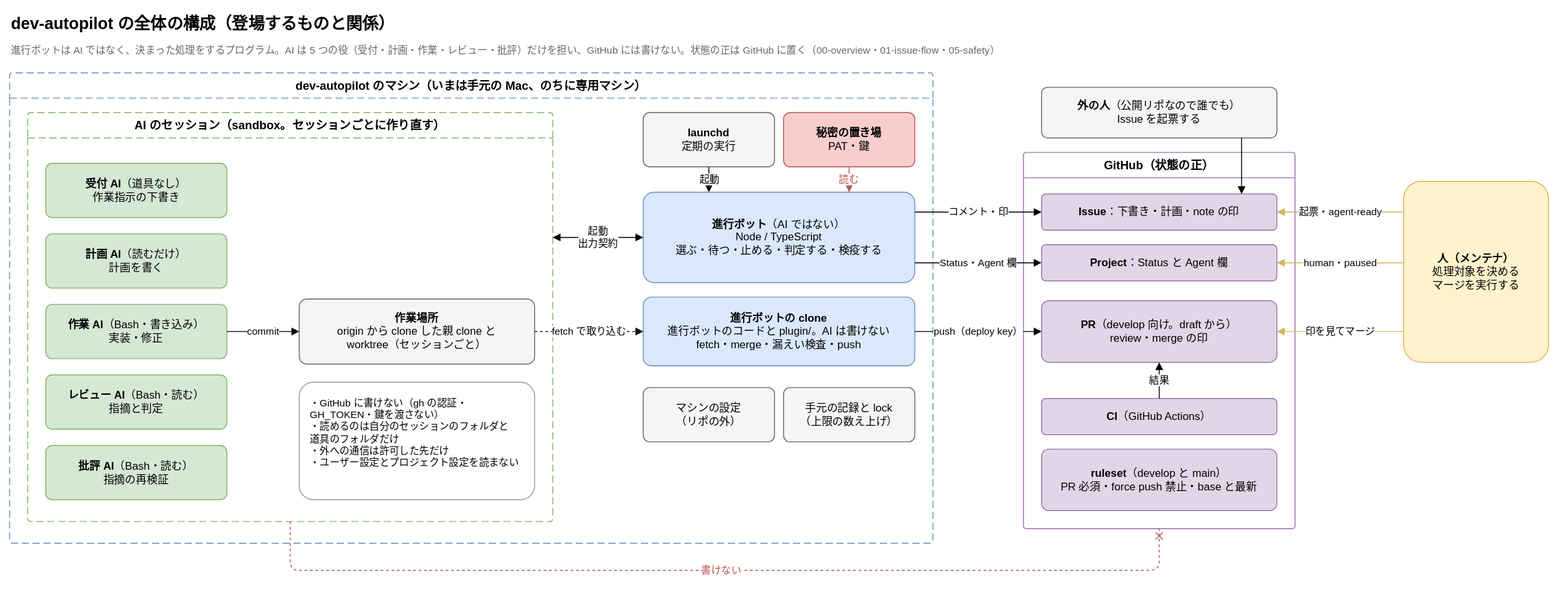
Above: docs/diagrams/overview.drawio.svg in Joymerrevent/dev-autopilot (draw.io), before the change. Source tidied: cells renumbered, new cells last; positions are measured from the earlier drawing's top-left corner, leaving out a move shared by most shapes. The source it was exported from:
```xml
<mxGraphModel background="#ffffff">
  <root>
    <mxCell id="0" />
    <mxCell id="1" parent="0" />
    <mxCell id="2" value="dev-autopilot の全体の構成（登場するものと関係）" style="text;html=1;whiteSpace=wrap;align=left;verticalAlign=middle;fontSize=18;fontStyle=1;" parent="1" vertex="1">
      <mxGeometry width="900" height="32" as="geometry" />
    </mxCell>
    <mxCell id="3" value="進行ボットは AI ではなく、決まった処理をするプログラム。AI は 5 つの役（受付・計画・作業・レビュー・批評）だけを担い、GitHub には書けない。状態の正は GitHub に置く（00-overview・01-issue-flow・05-safety）" style="text;html=1;whiteSpace=wrap;align=left;verticalAlign=top;fontSize=11;fontColor=#666666;" parent="1" vertex="1">
      <mxGeometry y="32" width="1700" height="22" as="geometry" />
    </mxCell>
    <mxCell id="4" value="dev-autopilot のマシン（いまは手元の Mac、のちに専用マシン）" style="swimlane;startSize=28;html=1;whiteSpace=wrap;rounded=1;arcSize=4;dashed=1;dashPattern=8 4;fontStyle=1;fontSize=13;strokeColor=#6c8ebf;fillColor=none;swimlaneFillColor=none;" parent="1" vertex="1">
      <mxGeometry y="70" width="1020" height="520" as="geometry" />
    </mxCell>
    <mxCell id="5" value="AI のセッション（sandbox。セッションごとに作り直す）" style="swimlane;startSize=28;html=1;whiteSpace=wrap;rounded=1;arcSize=4;dashed=1;dashPattern=8 4;fontStyle=1;fontSize=13;strokeColor=#82b366;fillColor=none;swimlaneFillColor=none;" parent="4" vertex="1">
      <mxGeometry x="20" y="44" width="580" height="452" as="geometry" />
    </mxCell>
    <mxCell id="6" value="&lt;b&gt;受付 AI&lt;/b&gt;（道具なし）&lt;br&gt;作業指示の下書き" style="rounded=1;whiteSpace=wrap;html=1;fontSize=12;arcSize=12;fillColor=#d5e8d4;strokeColor=#82b366;spacing=12;" parent="5" vertex="1">
      <mxGeometry x="20" y="56" width="200" height="60" as="geometry" />
    </mxCell>
    <mxCell id="7" value="&lt;b&gt;計画 AI&lt;/b&gt;（読むだけ）&lt;br&gt;計画を書く" style="rounded=1;whiteSpace=wrap;html=1;fontSize=12;arcSize=12;fillColor=#d5e8d4;strokeColor=#82b366;spacing=12;" parent="5" vertex="1">
      <mxGeometry x="20" y="134" width="200" height="60" as="geometry" />
    </mxCell>
    <mxCell id="8" value="&lt;b&gt;作業 AI&lt;/b&gt;（Bash・書き込み）&lt;br&gt;実装・修正" style="rounded=1;whiteSpace=wrap;html=1;fontSize=12;arcSize=12;fillColor=#d5e8d4;strokeColor=#82b366;spacing=12;" parent="5" vertex="1">
      <mxGeometry x="20" y="212" width="200" height="60" as="geometry" />
    </mxCell>
    <mxCell id="9" value="&lt;b&gt;レビュー AI&lt;/b&gt;（Bash・読む）&lt;br&gt;指摘と判定" style="rounded=1;whiteSpace=wrap;html=1;fontSize=12;arcSize=12;fillColor=#d5e8d4;strokeColor=#82b366;spacing=12;" parent="5" vertex="1">
      <mxGeometry x="20" y="290" width="200" height="60" as="geometry" />
    </mxCell>
    <mxCell id="10" value="&lt;b&gt;批評 AI&lt;/b&gt;（Bash・読む）&lt;br&gt;指摘の再検証" style="rounded=1;whiteSpace=wrap;html=1;fontSize=12;arcSize=12;fillColor=#d5e8d4;strokeColor=#82b366;spacing=12;" parent="5" vertex="1">
      <mxGeometry x="20" y="368" width="200" height="60" as="geometry" />
    </mxCell>
    <mxCell id="11" value="&lt;b&gt;作業場所&lt;/b&gt;&lt;br&gt;origin から clone した親 clone と&lt;br&gt;worktree（セッションごと）" style="rounded=1;whiteSpace=wrap;html=1;fontSize=12;arcSize=12;fillColor=#f5f5f5;strokeColor=#666666;spacing=12;" parent="5" vertex="1">
      <mxGeometry x="300" y="206" width="260" height="72" as="geometry" />
    </mxCell>
    <mxCell id="12" value="・GitHub に書けない（gh の認証・GH_TOKEN・鍵を渡さない）&lt;br&gt;・読めるのは自分のセッションのフォルダと&lt;br&gt;道具のフォルダだけ&lt;br&gt;・外への通信は許可した先だけ&lt;br&gt;・ユーザー設定とプロジェクト設定を読まない" style="rounded=1;whiteSpace=wrap;html=1;fontSize=12;arcSize=12;align=left;verticalAlign=top;fontSize=11;fillColor=#ffffff;strokeColor=#999999;spacing=12;" parent="5" vertex="1">
      <mxGeometry x="300" y="298" width="260" height="130" as="geometry" />
    </mxCell>
    <mxCell id="13" value="&lt;b&gt;launchd&lt;/b&gt;&lt;br&gt;定期の実行" style="rounded=1;whiteSpace=wrap;html=1;fontSize=12;arcSize=12;fillColor=#f5f5f5;strokeColor=#666666;spacing=12;" parent="1" vertex="1">
      <mxGeometry x="700" y="114" width="145" height="60" as="geometry" />
    </mxCell>
    <mxCell id="14" value="&lt;b&gt;秘密の置き場&lt;/b&gt;&lt;br&gt;PAT・鍵" style="rounded=1;whiteSpace=wrap;html=1;fontSize=12;arcSize=12;fillColor=#f8cecc;strokeColor=#b85450;spacing=12;" parent="1" vertex="1">
      <mxGeometry x="855" y="114" width="145" height="60" as="geometry" />
    </mxCell>
    <mxCell id="15" value="&lt;b&gt;進行ボット&lt;/b&gt;（AI ではない）&lt;br&gt;Node / TypeScript&lt;br&gt;選ぶ・待つ・止める・判定する・検疫する" style="rounded=1;whiteSpace=wrap;html=1;fontSize=12;arcSize=12;fillColor=#dae8fc;strokeColor=#6c8ebf;spacing=12;" parent="1" vertex="1">
      <mxGeometry x="700" y="202" width="300" height="100" as="geometry" />
    </mxCell>
    <mxCell id="16" value="&lt;b&gt;進行ボットの clone&lt;/b&gt;&lt;br&gt;進行ボットのコードと plugin/。AI は書けない&lt;br&gt;fetch・merge・漏えい検査・push" style="rounded=1;whiteSpace=wrap;html=1;fontSize=12;arcSize=12;fillColor=#dae8fc;strokeColor=#6c8ebf;spacing=12;" parent="1" vertex="1">
      <mxGeometry x="700" y="318" width="300" height="76" as="geometry" />
    </mxCell>
    <mxCell id="17" value="マシンの設定&lt;br&gt;（リポの外）" style="rounded=1;whiteSpace=wrap;html=1;fontSize=12;arcSize=12;fillColor=#f5f5f5;strokeColor=#666666;spacing=12;" parent="1" vertex="1">
      <mxGeometry x="700" y="418" width="145" height="60" as="geometry" />
    </mxCell>
    <mxCell id="18" value="手元の記録と lock&lt;br&gt;（上限の数え上げ）" style="rounded=1;whiteSpace=wrap;html=1;fontSize=12;arcSize=12;fillColor=#f5f5f5;strokeColor=#666666;spacing=12;" parent="1" vertex="1">
      <mxGeometry x="855" y="418" width="145" height="60" as="geometry" />
    </mxCell>
    <mxCell id="19" value="GitHub（状態の正）" style="swimlane;startSize=28;html=1;whiteSpace=wrap;rounded=1;arcSize=4;fontStyle=1;fontSize=13;strokeColor=#9673a6;fillColor=none;swimlaneFillColor=none;" parent="1" vertex="1">
      <mxGeometry x="1120" y="158" width="300" height="416" as="geometry" />
    </mxCell>
    <mxCell id="20" value="&lt;b&gt;Issue&lt;/b&gt;：下書き・計画・note の印" style="rounded=1;whiteSpace=wrap;html=1;fontSize=12;arcSize=12;fillColor=#e1d5e7;strokeColor=#9673a6;spacing=12;" parent="19" vertex="1">
      <mxGeometry x="20" y="46" width="260" height="40" as="geometry" />
    </mxCell>
    <mxCell id="21" value="&lt;b&gt;Project&lt;/b&gt;：Status と Agent 欄" style="rounded=1;whiteSpace=wrap;html=1;fontSize=12;arcSize=12;fillColor=#e1d5e7;strokeColor=#9673a6;spacing=12;" parent="19" vertex="1">
      <mxGeometry x="20" y="102" width="260" height="40" as="geometry" />
    </mxCell>
    <mxCell id="22" value="&lt;b&gt;PR&lt;/b&gt;（develop 向け。draft から）&lt;br&gt;review・merge の印" style="rounded=1;whiteSpace=wrap;html=1;fontSize=12;arcSize=12;fillColor=#e1d5e7;strokeColor=#9673a6;spacing=12;" parent="19" vertex="1">
      <mxGeometry x="20" y="164" width="260" height="68" as="geometry" />
    </mxCell>
    <mxCell id="23" value="&lt;b&gt;CI&lt;/b&gt;（GitHub Actions）" style="rounded=1;whiteSpace=wrap;html=1;fontSize=12;arcSize=12;fillColor=#e1d5e7;strokeColor=#9673a6;spacing=12;" parent="19" vertex="1">
      <mxGeometry x="20" y="272" width="260" height="40" as="geometry" />
    </mxCell>
    <mxCell id="24" value="&lt;b&gt;ruleset&lt;/b&gt;（develop と main）&lt;br&gt;PR 必須・force push 禁止・base と最新" style="rounded=1;whiteSpace=wrap;html=1;fontSize=12;arcSize=12;fillColor=#e1d5e7;strokeColor=#9673a6;spacing=12;" parent="19" vertex="1">
      <mxGeometry x="20" y="328" width="260" height="68" as="geometry" />
    </mxCell>
    <mxCell id="25" value="&lt;b&gt;人（メンテナ）&lt;/b&gt;&lt;br&gt;処理対象を決める&lt;br&gt;マージを実行する" style="rounded=1;whiteSpace=wrap;html=1;fontSize=12;arcSize=12;fillColor=#fff2cc;strokeColor=#d6b656;spacing=12;" parent="1" vertex="1">
      <mxGeometry x="1540" y="190" width="160" height="200" as="geometry" />
    </mxCell>
    <mxCell id="26" value="&lt;b&gt;外の人&lt;/b&gt;（公開リポなので誰でも）&lt;br&gt;Issue を起票する" style="rounded=1;whiteSpace=wrap;html=1;fontSize=12;arcSize=12;fillColor=#f5f5f5;strokeColor=#666666;spacing=12;" parent="1" vertex="1">
      <mxGeometry x="1140" y="86" width="260" height="56" as="geometry" />
    </mxCell>
    <mxCell id="27" value="起動" style="edgeStyle=orthogonalEdgeStyle;rounded=1;html=1;endArrow=block;endFill=1;fontSize=11;labelBackgroundColor=#ffffff;exitDx=0;exitDy=0;entryDx=0;entryDy=0;exitX=0.5;exitY=1;entryX=0.2417;entryY=0;" parent="1" edge="1" source="13" target="15">
      <mxGeometry relative="1" as="geometry" />
    </mxCell>
    <mxCell id="28" value="読む" style="edgeStyle=orthogonalEdgeStyle;rounded=1;html=1;endArrow=block;endFill=1;fontSize=11;labelBackgroundColor=#ffffff;strokeColor=#b85450;fontColor=#b85450;exitDx=0;exitDy=0;entryDx=0;entryDy=0;exitX=0.5;exitY=1;entryX=0.7583;entryY=0;" parent="1" edge="1" source="14" target="15">
      <mxGeometry relative="1" as="geometry" />
    </mxCell>
    <mxCell id="29" value="起動&lt;br&gt;出力契約" style="edgeStyle=orthogonalEdgeStyle;rounded=1;html=1;endArrow=block;endFill=1;fontSize=11;labelBackgroundColor=#ffffff;startArrow=block;startFill=1;exitDx=0;exitDy=0;entryDx=0;entryDy=0;exitX=0;exitY=0.5;entryX=1;entryY=0.3053;" parent="1" edge="1" source="15" target="5">
      <mxGeometry relative="1" as="geometry" />
    </mxCell>
    <mxCell id="30" value="commit" style="edgeStyle=orthogonalEdgeStyle;rounded=1;html=1;endArrow=block;endFill=1;fontSize=11;labelBackgroundColor=#ffffff;exitX=1;exitY=0.5;exitDx=0;exitDy=0;entryX=0;entryY=0.5;entryDx=0;entryDy=0;" parent="1" edge="1" source="8" target="11">
      <mxGeometry relative="1" as="geometry" />
    </mxCell>
    <mxCell id="31" value="fetch で取り込む" style="edgeStyle=orthogonalEdgeStyle;rounded=1;html=1;endArrow=block;endFill=1;fontSize=11;labelBackgroundColor=#ffffff;dashed=1;exitDx=0;exitDy=0;entryDx=0;entryDy=0;exitX=1;exitY=0.5;entryX=0;entryY=0.5;" parent="1" edge="1" source="11" target="16">
      <mxGeometry relative="1" as="geometry" />
    </mxCell>
    <mxCell id="32" value="コメント・印" style="edgeStyle=orthogonalEdgeStyle;rounded=1;html=1;endArrow=block;endFill=1;fontSize=11;labelBackgroundColor=#ffffff;exitDx=0;exitDy=0;entryDx=0;entryDy=0;exitX=1;exitY=0.22;entryX=0;entryY=0.5;" parent="1" edge="1" source="15" target="20">
      <mxGeometry relative="1" as="geometry" />
    </mxCell>
    <mxCell id="33" value="Status・Agent 欄" style="edgeStyle=orthogonalEdgeStyle;rounded=1;html=1;endArrow=block;endFill=1;fontSize=11;labelBackgroundColor=#ffffff;exitDx=0;exitDy=0;entryDx=0;entryDy=0;exitX=1;exitY=0.78;entryX=0;entryY=0.5;" parent="1" edge="1" source="15" target="21">
      <mxGeometry relative="1" as="geometry" />
    </mxCell>
    <mxCell id="34" value="push（deploy key）" style="edgeStyle=orthogonalEdgeStyle;rounded=1;html=1;endArrow=block;endFill=1;fontSize=11;labelBackgroundColor=#ffffff;exitDx=0;exitDy=0;entryDx=0;entryDy=0;exitX=1;exitY=0.5;entryX=0;entryY=0.5;" parent="1" edge="1" source="16" target="22">
      <mxGeometry relative="1" as="geometry" />
    </mxCell>
    <mxCell id="35" value="結果" style="edgeStyle=orthogonalEdgeStyle;rounded=1;html=1;endArrow=block;endFill=1;fontSize=11;labelBackgroundColor=#ffffff;exitX=0.5;exitY=0;exitDx=0;exitDy=0;entryX=0.5;entryY=1;entryDx=0;entryDy=0;" parent="1" edge="1" source="23" target="22">
      <mxGeometry relative="1" as="geometry" />
    </mxCell>
    <mxCell id="36" value="起票・agent-ready" style="edgeStyle=orthogonalEdgeStyle;rounded=1;html=1;endArrow=block;endFill=1;fontSize=11;labelBackgroundColor=#ffffff;strokeColor=#d6b656;exitDx=0;exitDy=0;entryDx=0;entryDy=0;exitX=0;exitY=0.17;entryX=1;entryY=0.5;" parent="1" edge="1" source="25" target="20">
      <mxGeometry relative="1" as="geometry" />
    </mxCell>
    <mxCell id="37" style="edgeStyle=orthogonalEdgeStyle;rounded=1;html=1;endArrow=block;endFill=1;fontSize=11;labelBackgroundColor=#ffffff;exitDx=0;exitDy=0;entryDx=0;entryDy=0;exitX=0.85;exitY=1;entryX=0.85;entryY=0;" parent="1" edge="1" source="26" target="20">
      <mxGeometry relative="1" as="geometry" />
    </mxCell>
    <mxCell id="38" value="human・paused" style="edgeStyle=orthogonalEdgeStyle;rounded=1;html=1;endArrow=block;endFill=1;fontSize=11;labelBackgroundColor=#ffffff;strokeColor=#d6b656;exitDx=0;exitDy=0;entryDx=0;entryDy=0;exitX=0;exitY=0.45;entryX=1;entryY=0.5;" parent="1" edge="1" source="25" target="21">
      <mxGeometry relative="1" as="geometry" />
    </mxCell>
    <mxCell id="39" value="印を見てマージ" style="edgeStyle=orthogonalEdgeStyle;rounded=1;html=1;endArrow=block;endFill=1;fontSize=11;labelBackgroundColor=#ffffff;strokeColor=#d6b656;exitDx=0;exitDy=0;entryDx=0;entryDy=0;exitX=0;exitY=0.83;entryX=1;entryY=0.5;" parent="1" edge="1" source="25" target="22">
      <mxGeometry relative="1" as="geometry" />
    </mxCell>
    <mxCell id="40" value="書けない" style="edgeStyle=orthogonalEdgeStyle;rounded=1;html=1;endArrow=block;endFill=1;fontSize=11;labelBackgroundColor=#ffffff;dashed=1;strokeColor=#b85450;fontColor=#b85450;endArrow=cross;endFill=0;exitDx=0;exitDy=0;entryDx=0;entryDy=0;exitX=0.5;exitY=1;entryX=0.5;entryY=1;" parent="1" edge="1" source="5" target="19">
      <mxGeometry relative="1" as="geometry">
        <Array as="points">
          <mxPoint x="310" y="620" />
          <mxPoint x="1270" y="620" />
        </Array>
      </mxGeometry>
    </mxCell>
  </root>
</mxGraphModel>
```
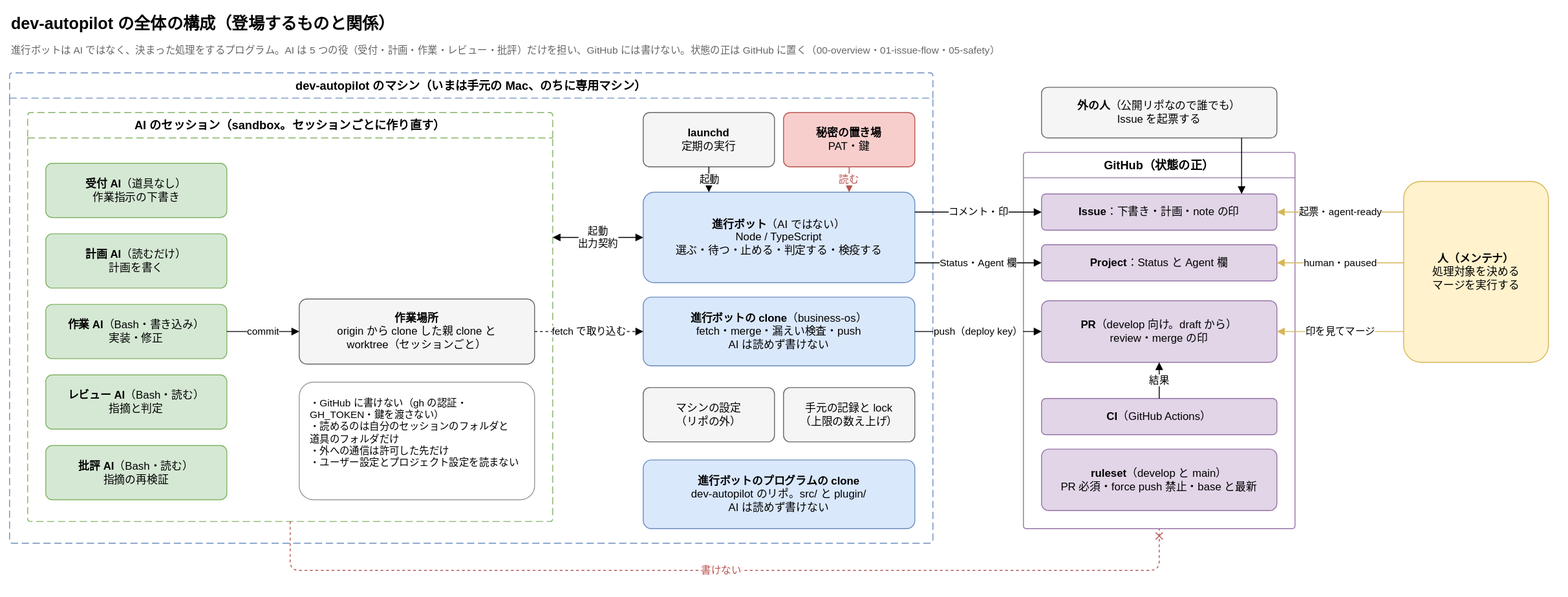
The same diagram one commit later.

Commit message:
docs: 図の進行ボットの clone を 2 つに分け、構成の図の root を dev-autopilot のリポにする

Change to the diagram source:
```diff
@@ -44,9 +44,12 @@
     <mxCell id="15" value="&lt;b&gt;進行ボット&lt;/b&gt;（AI ではない）&lt;br&gt;Node / TypeScript&lt;br&gt;選ぶ・待つ・止める・判定する・検疫する" style="rounded=1;whiteSpace=wrap;html=1;fontSize=12;arcSize=12;fillColor=#dae8fc;strokeColor=#6c8ebf;spacing=12;" parent="1" vertex="1">
       <mxGeometry x="700" y="202" width="300" height="100" as="geometry" />
     </mxCell>
-    <mxCell id="16" value="&lt;b&gt;進行ボットの clone&lt;/b&gt;&lt;br&gt;進行ボットのコードと plugin/。AI は書けない&lt;br&gt;fetch・merge・漏えい検査・push" style="rounded=1;whiteSpace=wrap;html=1;fontSize=12;arcSize=12;fillColor=#dae8fc;strokeColor=#6c8ebf;spacing=12;" parent="1" vertex="1">
+    <mxCell id="16" value="&lt;b&gt;進行ボットの clone&lt;/b&gt;（business-os）&lt;br&gt;fetch・merge・漏えい検査・push&lt;br&gt;AI は読めず書けない" style="rounded=1;whiteSpace=wrap;html=1;fontSize=12;arcSize=12;fillColor=#dae8fc;strokeColor=#6c8ebf;spacing=12;" parent="1" vertex="1">
       <mxGeometry x="700" y="318" width="300" height="76" as="geometry" />
     </mxCell>
+    <mxCell id="41" value="&lt;b&gt;進行ボットのプログラムの clone&lt;/b&gt;&lt;br&gt;dev-autopilot のリポ。src/ と plugin/&lt;br&gt;AI は読めず書けない" style="rounded=1;whiteSpace=wrap;html=1;fontSize=12;arcSize=12;fillColor=#dae8fc;strokeColor=#6c8ebf;spacing=12;" parent="1" vertex="1">
+      <mxGeometry x="700" y="498" width="300" height="76" as="geometry" />
+    </mxCell>
     <mxCell id="17" value="マシンの設定&lt;br&gt;（リポの外）" style="rounded=1;whiteSpace=wrap;html=1;fontSize=12;arcSize=12;fillColor=#f5f5f5;strokeColor=#666666;spacing=12;" parent="1" vertex="1">
       <mxGeometry x="700" y="418" width="145" height="60" as="geometry" />
     </mxCell>
```
